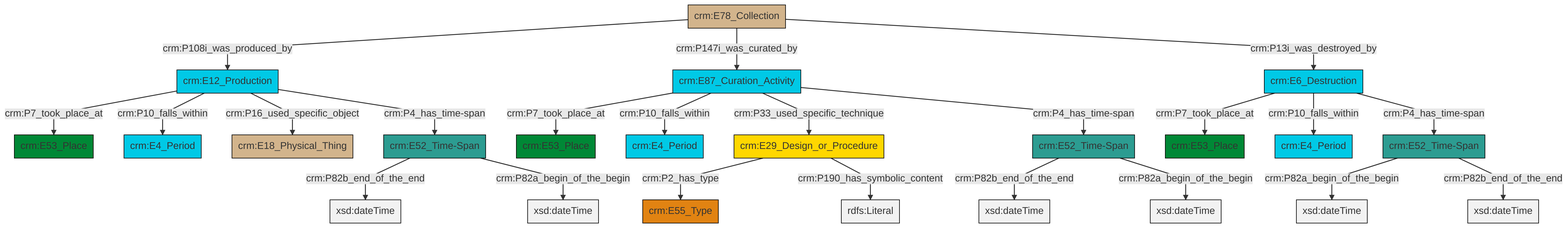
Above: et/archivalCSV/ttl/mmd/png/archival_existence.png in swiss-art-research-net/docs.swissartresearch (Mermaid), before the change. Its source is kept beside it as et/archivalCSV/ttl/mmd/archival_existence.ttl.mmd.
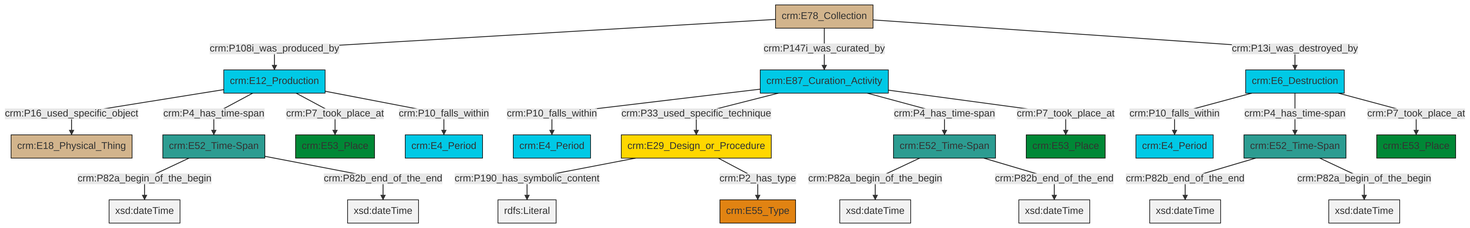
After the commit.

The edit, as a diff of the source:
```diff
@@ -13,25 +13,25 @@
 classDef PC_Classes fill:#4ce600, stroke:#000000;
 classDef Multi fill:#cccccc,stroke:#000000;
 
-6["crm:E78_Collection"]:::Physical_Thing -->|crm:P108i_was_produced_by| 4["crm:E12_Production"]:::Temporal_Entity
-7["crm:E29_Design_or_Procedure"]:::Conceptual_Object -->|crm:P2_has_type| 8["crm:E55_Type"]:::Type
-6["crm:E78_Collection"]:::Physical_Thing -->|crm:P147i_was_curated_by| 9["crm:E87_Curation_Activity"]:::Temporal_Entity
-7["crm:E29_Design_or_Procedure"]:::Conceptual_Object -->|crm:P190_has_symbolic_content| 10[rdfs:Literal]:::Literal
-11["crm:E52_Time-Span"]:::Time-Span -->|crm:P82b_end_of_the_end| 12[xsd:dateTime]:::Literal
-15["crm:E52_Time-Span"]:::Time-Span -->|crm:P82a_begin_of_the_begin| 16[xsd:dateTime]:::Literal
-19["crm:E6_Destruction"]:::Temporal_Entity -->|crm:P7_took_place_at| 20["crm:E53_Place"]:::Place
-4["crm:E12_Production"]:::Temporal_Entity -->|crm:P7_took_place_at| 2["crm:E53_Place"]:::Place
-9["crm:E87_Curation_Activity"]:::Temporal_Entity -->|crm:P7_took_place_at| 17["crm:E53_Place"]:::Place
-19["crm:E6_Destruction"]:::Temporal_Entity -->|crm:P10_falls_within| 21["crm:E4_Period"]:::Temporal_Entity
-4["crm:E12_Production"]:::Temporal_Entity -->|crm:P10_falls_within| 13["crm:E4_Period"]:::Temporal_Entity
-19["crm:E6_Destruction"]:::Temporal_Entity -->|crm:P4_has_time-span| 15["crm:E52_Time-Span"]:::Time-Span
-11["crm:E52_Time-Span"]:::Time-Span -->|crm:P82a_begin_of_the_begin| 26[xsd:dateTime]:::Literal
-4["crm:E12_Production"]:::Temporal_Entity -->|crm:P16_used_specific_object| 22["crm:E18_Physical_Thing"]:::Physical_Thing
-9["crm:E87_Curation_Activity"]:::Temporal_Entity -->|crm:P10_falls_within| 28["crm:E4_Period"]:::Temporal_Entity
-15["crm:E52_Time-Span"]:::Time-Span -->|crm:P82b_end_of_the_end| 29[xsd:dateTime]:::Literal
-6["crm:E78_Collection"]:::Physical_Thing -->|crm:P13i_was_destroyed_by| 19["crm:E6_Destruction"]:::Temporal_Entity
-0["crm:E52_Time-Span"]:::Time-Span -->|crm:P82b_end_of_the_end| 32[xsd:dateTime]:::Literal
-9["crm:E87_Curation_Activity"]:::Temporal_Entity -->|crm:P33_used_specific_technique| 7["crm:E29_Design_or_Procedure"]:::Conceptual_Object
-0["crm:E52_Time-Span"]:::Time-Span -->|crm:P82a_begin_of_the_begin| 33[xsd:dateTime]:::Literal
-9["crm:E87_Curation_Activity"]:::Temporal_Entity -->|crm:P4_has_time-span| 0["crm:E52_Time-Span"]:::Time-Span
-4["crm:E12_Production"]:::Temporal_Entity -->|crm:P4_has_time-span| 11["crm:E52_Time-Span"]:::Time-Span
+4["crm:E52_Time-Span"]:::Time-Span -->|crm:P82a_begin_of_the_begin| 5[xsd:dateTime]:::Literal
+2["crm:E6_Destruction"]:::Temporal_Entity -->|crm:P10_falls_within| 8["crm:E4_Period"]:::Temporal_Entity
+12["crm:E12_Production"]:::Temporal_Entity -->|crm:P16_used_specific_object| 13["crm:E18_Physical_Thing"]:::Physical_Thing
+14["crm:E78_Collection"]:::Physical_Thing -->|crm:P108i_was_produced_by| 12["crm:E12_Production"]:::Temporal_Entity
+6["crm:E87_Curation_Activity"]:::Temporal_Entity -->|crm:P10_falls_within| 15["crm:E4_Period"]:::Temporal_Entity
+12["crm:E12_Production"]:::Temporal_Entity -->|crm:P4_has_time-span| 4["crm:E52_Time-Span"]:::Time-Span
+18["crm:E29_Design_or_Procedure"]:::Conceptual_Object -->|crm:P190_has_symbolic_content| 19[rdfs:Literal]:::Literal
+18["crm:E29_Design_or_Procedure"]:::Conceptual_Object -->|crm:P2_has_type| 20["crm:E55_Type"]:::Type
+2["crm:E6_Destruction"]:::Temporal_Entity -->|crm:P4_has_time-span| 21["crm:E52_Time-Span"]:::Time-Span
+10["crm:E52_Time-Span"]:::Time-Span -->|crm:P82a_begin_of_the_begin| 23[xsd:dateTime]:::Literal
+12["crm:E12_Production"]:::Temporal_Entity -->|crm:P7_took_place_at| 27["crm:E53_Place"]:::Place
+12["crm:E12_Production"]:::Temporal_Entity -->|crm:P10_falls_within| 0["crm:E4_Period"]:::Temporal_Entity
+4["crm:E52_Time-Span"]:::Time-Span -->|crm:P82b_end_of_the_end| 28[xsd:dateTime]:::Literal
+6["crm:E87_Curation_Activity"]:::Temporal_Entity -->|crm:P33_used_specific_technique| 18["crm:E29_Design_or_Procedure"]:::Conceptual_Object
+6["crm:E87_Curation_Activity"]:::Temporal_Entity -->|crm:P4_has_time-span| 10["crm:E52_Time-Span"]:::Time-Span
+6["crm:E87_Curation_Activity"]:::Temporal_Entity -->|crm:P7_took_place_at| 16["crm:E53_Place"]:::Place
+21["crm:E52_Time-Span"]:::Time-Span -->|crm:P82b_end_of_the_end| 32[xsd:dateTime]:::Literal
+21["crm:E52_Time-Span"]:::Time-Span -->|crm:P82a_begin_of_the_begin| 35[xsd:dateTime]:::Literal
+14["crm:E78_Collection"]:::Physical_Thing -->|crm:P147i_was_curated_by| 6["crm:E87_Curation_Activity"]:::Temporal_Entity
+10["crm:E52_Time-Span"]:::Time-Span -->|crm:P82b_end_of_the_end| 37[xsd:dateTime]:::Literal
+2["crm:E6_Destruction"]:::Temporal_Entity -->|crm:P7_took_place_at| 33["crm:E53_Place"]:::Place
+14["crm:E78_Collection"]:::Physical_Thing -->|crm:P13i_was_destroyed_by| 2["crm:E6_Destruction"]:::Temporal_Entity
```
